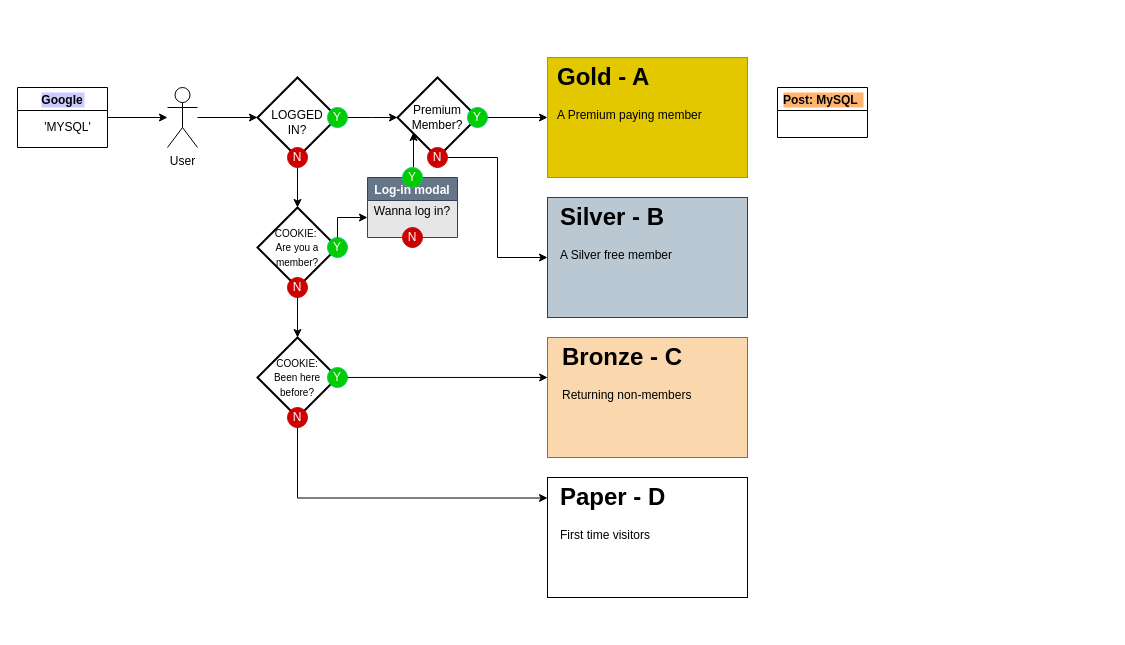
alexmwalker/alexmwalker keeps this draw.io diagram as Untitled Diagram.drawio. Above is the earlier version. Source tidied: cells renumbered, new cells numbered last; positions are measured from the earlier drawing's top-left corner, leaving out a move shared by most shapes. Both pictures are drawn from the tidied source at 100%, with x=0, y=0 at pixel (17, 57). Pictures stored in the file or linked from it are replaced by grey dashed boxes.
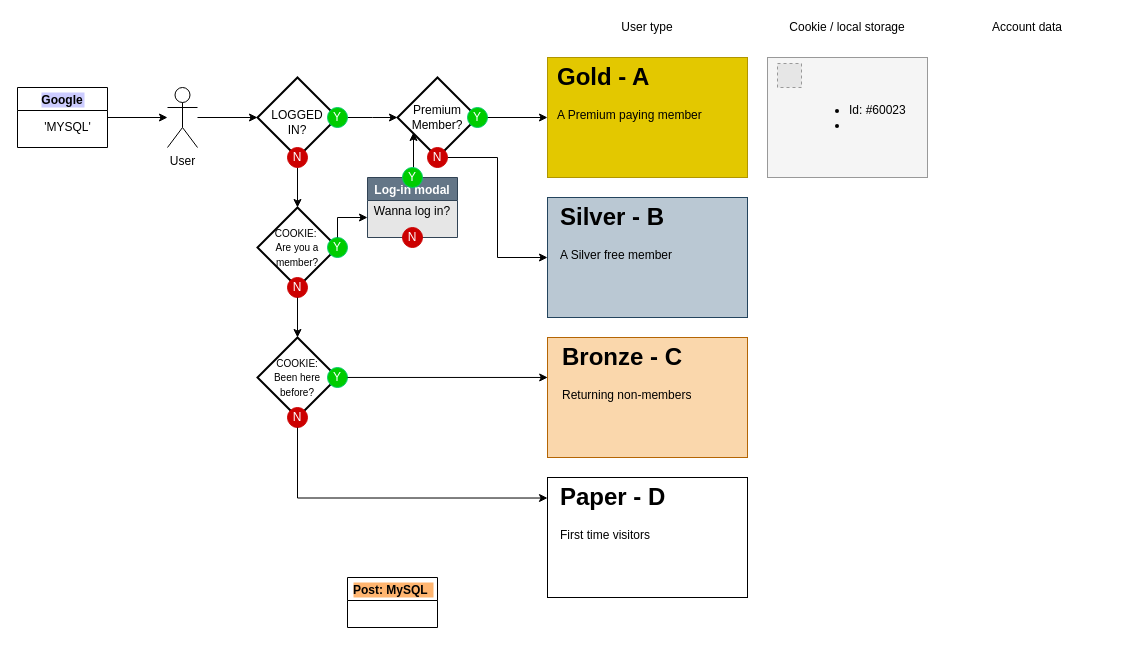
After the change.

What changed in the source:
```diff
@@
     <mxCell id="6" value="Post: MySQL " style="swimlane;labelBackgroundColor=#FFB570;" parent="1" vertex="1">
-      <mxGeometry x="760" y="30" width="90" height="50" as="geometry" />
+      <mxGeometry x="330" y="520" width="90" height="50" as="geometry" />
     </mxCell>
@@
+    <mxCell id="52" style="rounded=0;whiteSpace=wrap;html=1;labelBackgroundColor=none;fontSize=12;fillColor=#f5f5f5;fontColor=#333333;strokeColor=#999999;" parent="1" vertex="1">
+      <mxGeometry x="750" width="160" height="120" as="geometry" />
+    </mxCell>
+    <mxCell id="53" value="Cookie / local storage" style="text;html=1;strokeColor=none;fillColor=none;align=center;verticalAlign=middle;whiteSpace=wrap;rounded=0;labelBackgroundColor=none;fontSize=12;" parent="1" vertex="1">
+      <mxGeometry x="750" y="-40" width="160" height="20" as="geometry" />
+    </mxCell>
+    <mxCell id="54" style="fillColor=#E6E6E6;strokeColor=#999999;dashed=1;verticalLabelPosition=bottom;labelBackgroundColor=#ffffff;verticalAlign=top;" parent="1" vertex="1">
+      <mxGeometry x="760" y="6" width="24" height="24" as="geometry" />
+    </mxCell>
+    <mxCell id="55" value="User type" style="text;html=1;strokeColor=none;fillColor=none;align=center;verticalAlign=middle;whiteSpace=wrap;rounded=0;labelBackgroundColor=none;fontSize=12;" parent="1" vertex="1">
+      <mxGeometry x="550" y="-40" width="160" height="20" as="geometry" />
+    </mxCell>
+    <mxCell id="56" value="Account data" style="text;html=1;strokeColor=none;fillColor=none;align=center;verticalAlign=middle;whiteSpace=wrap;rounded=0;labelBackgroundColor=none;fontSize=12;" parent="1" vertex="1">
+      <mxGeometry x="930" y="-40" width="160" height="20" as="geometry" />
+    </mxCell>
+    <mxCell id="57" value="&lt;ul&gt;&lt;li&gt;Id: #60023&lt;/li&gt;&lt;li&gt;&lt;br&gt;&lt;/li&gt;&lt;/ul&gt;" style="text;strokeColor=none;fillColor=none;html=1;whiteSpace=wrap;verticalAlign=middle;overflow=hidden;rounded=0;labelBackgroundColor=none;fontSize=12;" parent="1" vertex="1">
+      <mxGeometry x="790" width="110" height="120" as="geometry" />
+    </mxCell>
```
